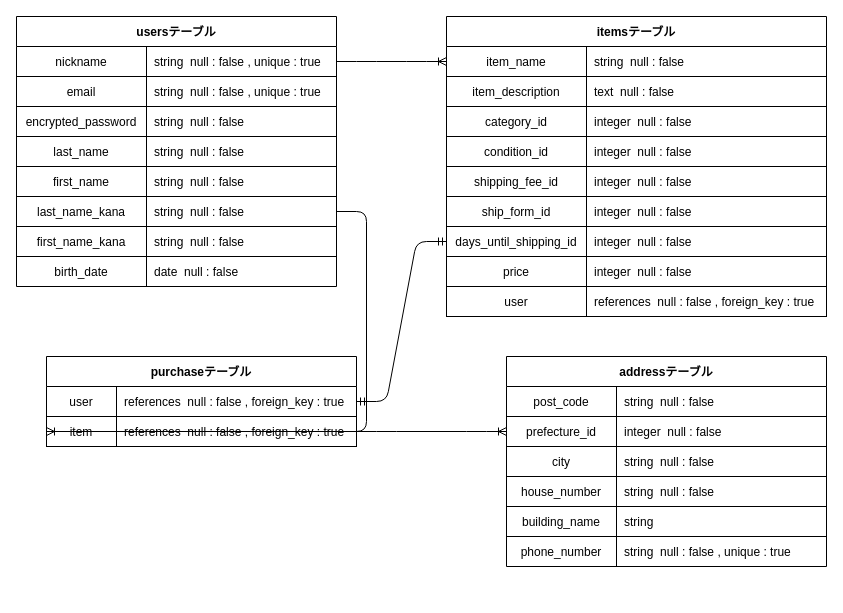
Above: furima-31133.dio in ka91uver/furima-31133 (draw.io), before the change. Source tidied: cells renumbered, new cells numbered last; positions are measured from the earlier drawing's top-left corner, leaving out a move shared by most shapes. Both pictures are drawn from the tidied source at 100%, with x=0, y=0 at pixel (16, 16).
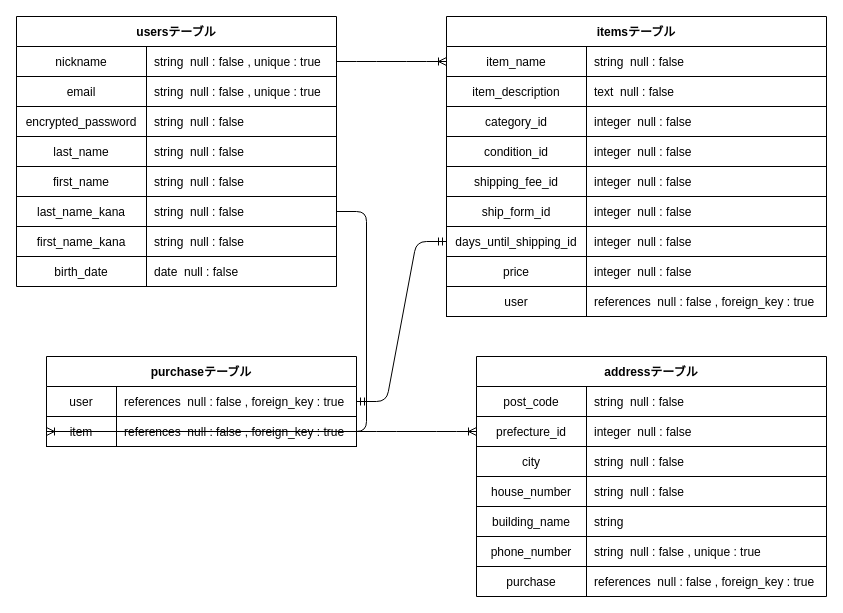
The same diagram, later.

Commit message (it also covers changes not shown here):
DB-ER図の修正7(追加)

・has_manyを使うのでモデル名は複数形
・親子関係を考えてbelongs_toに変更
・purchase の外部キーを保存するカラムの追加

Unchanged cells that the change refers to:
```xml
<mxCell id="62" style="shape=partialRectangle;fillColor=none;top=0;left=0;bottom=0;right=0;points=[[0,0.5],[1,0.5]];portConstraint=eastwest;" parent="58" vertex="1">
  <mxGeometry y="60" width="310" height="30" as="geometry" />
</mxCell>
```

Diff of the diagram source:
```diff
@@
+    <mxCell id="84" style="edgeStyle=entityRelationEdgeStyle;fontSize=12;html=1;endArrow=ERoneToMany;entryX=0;entryY=0.5;entryDx=0;entryDy=0;" parent="1" edge="1" target="62">
+      <mxGeometry relative="1" as="geometry">
+        <mxPoint x="320" y="195" as="sourcePoint" />
+      </mxGeometry>
+    </mxCell>
     <mxCell id="65" value="addressテーブル" style="shape=table;startSize=30;childLayout=tableLayout;rowLines=0;fontStyle=1;align=center;fillColor=none;" parent="1" vertex="1">
-      <mxGeometry x="490" y="340" width="320" height="210" as="geometry" />
+      <mxGeometry x="460" y="340" width="350" height="240" as="geometry" />
     </mxCell>
     <mxCell id="66" style="shape=partialRectangle;fillColor=none;top=0;left=0;bottom=1;right=0;" parent="65" vertex="1">
-      <mxGeometry y="30" width="320" height="30" as="geometry" />
+      <mxGeometry y="30" width="350" height="30" as="geometry" />
     </mxCell>
@@
     <mxCell id="68" value="string  null : false " style="shape=partialRectangle;fillColor=none;top=0;left=0;bottom=0;right=0;align=left;spacingLeft=6;fontStyle=0;overflow=hidden;" parent="66" vertex="1">
-      <mxGeometry x="110" width="210" height="30" as="geometry" />
+      <mxGeometry x="110" width="240" height="30" as="geometry" />
     </mxCell>
     <mxCell id="69" style="shape=partialRectangle;fillColor=none;top=0;left=0;bottom=0;right=0;points=[[0,0.5],[1,0.5]];portConstraint=eastwest;" parent="65" vertex="1">
-      <mxGeometry y="60" width="320" height="30" as="geometry" />
+      <mxGeometry y="60" width="350" height="30" as="geometry" />
     </mxCell>
@@
     <mxCell id="71" value="integer  null : false" style="shape=partialRectangle;fillColor=none;top=0;left=0;bottom=1;right=0;align=left;spacingLeft=6;overflow=hidden;" parent="69" vertex="1">
-      <mxGeometry x="110" width="210" height="30" as="geometry" />
+      <mxGeometry x="110" width="240" height="30" as="geometry" />
     </mxCell>
     <mxCell id="72" style="shape=partialRectangle;fillColor=none;top=0;left=0;bottom=0;right=0;" parent="65" vertex="1">
-      <mxGeometry y="90" width="320" height="30" as="geometry" />
+      <mxGeometry y="90" width="350" height="30" as="geometry" />
     </mxCell>
@@
     <mxCell id="74" value="string  null : false " style="shape=partialRectangle;fillColor=none;top=0;left=0;bottom=1;right=0;align=left;spacingLeft=6;overflow=hidden;" parent="72" vertex="1">
-      <mxGeometry x="110" width="210" height="30" as="geometry" />
+      <mxGeometry x="110" width="240" height="30" as="geometry" />
     </mxCell>
     <mxCell id="75" style="shape=partialRectangle;fillColor=none;top=0;left=0;bottom=0;right=0;" parent="65" vertex="1">
-      <mxGeometry y="120" width="320" height="30" as="geometry" />
+      <mxGeometry y="120" width="350" height="30" as="geometry" />
     </mxCell>
@@
     <mxCell id="77" value="string  null : false " style="shape=partialRectangle;fillColor=none;top=0;left=0;bottom=1;right=0;align=left;spacingLeft=6;overflow=hidden;" parent="75" vertex="1">
-      <mxGeometry x="110" width="210" height="30" as="geometry" />
+      <mxGeometry x="110" width="240" height="30" as="geometry" />
     </mxCell>
     <mxCell id="78" style="shape=partialRectangle;fillColor=none;top=0;left=0;bottom=0;right=0;" parent="65" vertex="1">
-      <mxGeometry y="150" width="320" height="30" as="geometry" />
+      <mxGeometry y="150" width="350" height="30" as="geometry" />
     </mxCell>
@@
     <mxCell id="80" value="string" style="shape=partialRectangle;fillColor=none;top=0;left=0;bottom=1;right=0;align=left;spacingLeft=6;overflow=hidden;" parent="78" vertex="1">
-      <mxGeometry x="110" width="210" height="30" as="geometry" />
+      <mxGeometry x="110" width="240" height="30" as="geometry" />
     </mxCell>
     <mxCell id="81" style="shape=partialRectangle;fillColor=none;top=0;left=0;bottom=0;right=0;" parent="65" vertex="1">
-      <mxGeometry y="180" width="320" height="30" as="geometry" />
+      <mxGeometry y="180" width="350" height="30" as="geometry" />
     </mxCell>
-    <mxCell id="82" value="phone_number" style="shape=partialRectangle;fillColor=none;top=0;left=0;bottom=0;right=0;overflow=hidden;" parent="81" vertex="1">
+    <mxCell id="82" value="phone_number" style="shape=partialRectangle;fillColor=none;top=0;left=0;bottom=1;right=0;overflow=hidden;" parent="81" vertex="1">
       <mxGeometry width="110" height="30" as="geometry" />
     </mxCell>
-    <mxCell id="83" value="string  null : false , unique : true" style="shape=partialRectangle;fillColor=none;top=0;left=0;bottom=0;right=0;align=left;spacingLeft=6;overflow=hidden;" parent="81" vertex="1">
-      <mxGeometry x="110" width="210" height="30" as="geometry" />
+    <mxCell id="83" value="string  null : false , unique : true" style="shape=partialRectangle;fillColor=none;top=0;left=0;bottom=1;right=0;align=left;spacingLeft=6;overflow=hidden;" parent="81" vertex="1">
+      <mxGeometry x="110" width="240" height="30" as="geometry" />
     </mxCell>
-    <mxCell id="84" style="edgeStyle=entityRelationEdgeStyle;fontSize=12;html=1;endArrow=ERoneToMany;entryX=0;entryY=0.5;entryDx=0;entryDy=0;" parent="1" edge="1" target="62">
-      <mxGeometry relative="1" as="geometry">
-        <mxPoint x="320" y="195" as="sourcePoint" />
-      </mxGeometry>
-    </mxCell>
+    <mxCell id="85" style="shape=partialRectangle;fillColor=none;top=0;left=0;bottom=0;right=0;" parent="65" vertex="1">
+      <mxGeometry y="210" width="350" height="30" as="geometry" />
+    </mxCell>
+    <mxCell id="86" value="purchase" style="shape=partialRectangle;fillColor=none;top=0;left=0;bottom=0;right=0;overflow=hidden;" parent="85" vertex="1">
+      <mxGeometry width="110" height="30" as="geometry" />
+    </mxCell>
+    <mxCell id="87" value="references  null : false , foreign_key : true" style="shape=partialRectangle;fillColor=none;top=0;left=0;bottom=0;right=0;align=left;spacingLeft=6;overflow=hidden;" parent="85" vertex="1">
+      <mxGeometry x="110" width="240" height="30" as="geometry" />
+    </mxCell>
```
